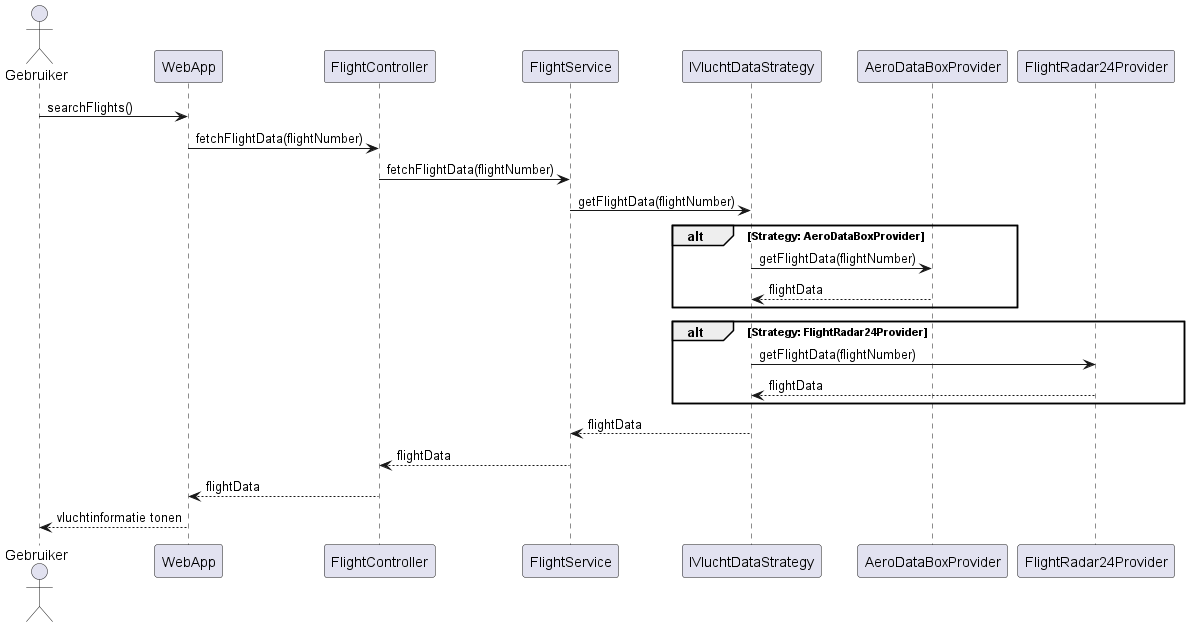
Before: opdracht-diagrammen/sequenceDiagramSearchFlights.png, a diagram exported from PlantUML (AIM-ENE-feb25/triptop-groep-b2). Source of this version:
```plantuml
@startuml

actor Gebruiker
participant WebApp
participant FlightController
participant FlightService
participant IVluchtDataStrategy
participant AeroDataBoxProvider
participant FlightRadar24Provider

Gebruiker -> WebApp : searchFlights()
WebApp -> FlightController : fetchFlightData(flightNumber)
FlightController -> FlightService : fetchFlightData(flightNumber)
FlightService -> IVluchtDataStrategy : getFlightData(flightNumber)

alt Strategy: AeroDataBoxProvider
    IVluchtDataStrategy -> AeroDataBoxProvider : getFlightData(flightNumber)
    AeroDataBoxProvider --> IVluchtDataStrategy : flightData
end

alt Strategy: FlightRadar24Provider
    IVluchtDataStrategy -> FlightRadar24Provider : getFlightData(flightNumber)
    FlightRadar24Provider --> IVluchtDataStrategy : flightData
end

IVluchtDataStrategy --> FlightService : flightData
FlightService --> FlightController : flightData
FlightController --> WebApp : flightData
WebApp --> Gebruiker : vluchtinformatie tonen
@enduml
```
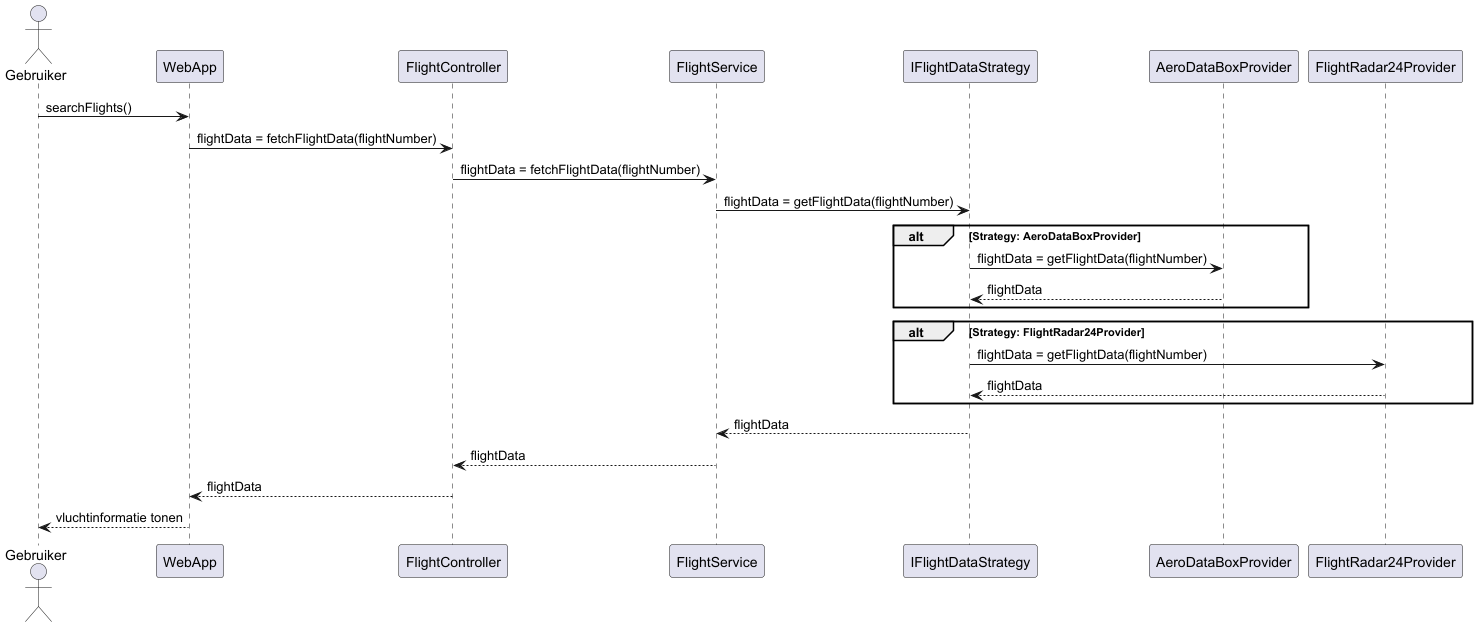
The same diagram one commit later.

The edit, as a diff of the source:
```diff
@@ -4,26 +4,26 @@
 participant WebApp
 participant FlightController
 participant FlightService
-participant IVluchtDataStrategy
+participant IFlightDataStrategy
 participant AeroDataBoxProvider
 participant FlightRadar24Provider
 
 Gebruiker -> WebApp : searchFlights()
-WebApp -> FlightController : fetchFlightData(flightNumber)
-FlightController -> FlightService : fetchFlightData(flightNumber)
-FlightService -> IVluchtDataStrategy : getFlightData(flightNumber)
+WebApp -> FlightController : flightData = fetchFlightData(flightNumber)
+FlightController -> FlightService : flightData = fetchFlightData(flightNumber)
+FlightService -> IFlightDataStrategy : flightData = getFlightData(flightNumber)
 
 alt Strategy: AeroDataBoxProvider
-    IVluchtDataStrategy -> AeroDataBoxProvider : getFlightData(flightNumber)
-    AeroDataBoxProvider --> IVluchtDataStrategy : flightData
+    IFlightDataStrategy -> AeroDataBoxProvider : flightData = getFlightData(flightNumber)
+    AeroDataBoxProvider --> IFlightDataStrategy : flightData
 end
 
 alt Strategy: FlightRadar24Provider
-    IVluchtDataStrategy -> FlightRadar24Provider : getFlightData(flightNumber)
-    FlightRadar24Provider --> IVluchtDataStrategy : flightData
+    IFlightDataStrategy -> FlightRadar24Provider : flightData = getFlightData(flightNumber)
+    FlightRadar24Provider --> IFlightDataStrategy : flightData
 end
 
-IVluchtDataStrategy --> FlightService : flightData
+IFlightDataStrategy --> FlightService : flightData
 FlightService --> FlightController : flightData
 FlightController --> WebApp : flightData
 WebApp --> Gebruiker : vluchtinformatie tonen
```
